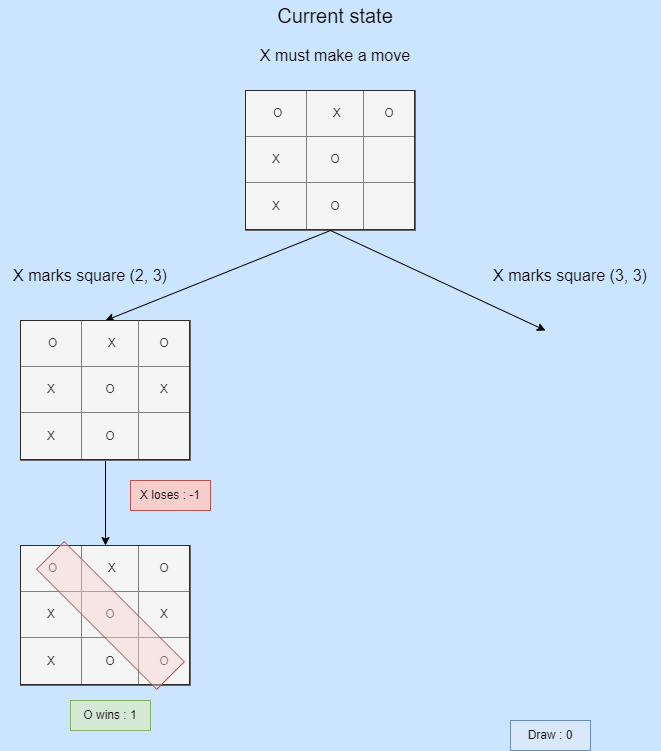
dimitarnn/PythonTicTacToe keeps this draw.io diagram as Doc/TicTacToe_algorithm_diagram_4.png. Above is the earlier version. Source tidied: cells renumbered, new cells last; positions are measured from the earlier drawing's top-left corner, leaving out a move shared by most shapes.
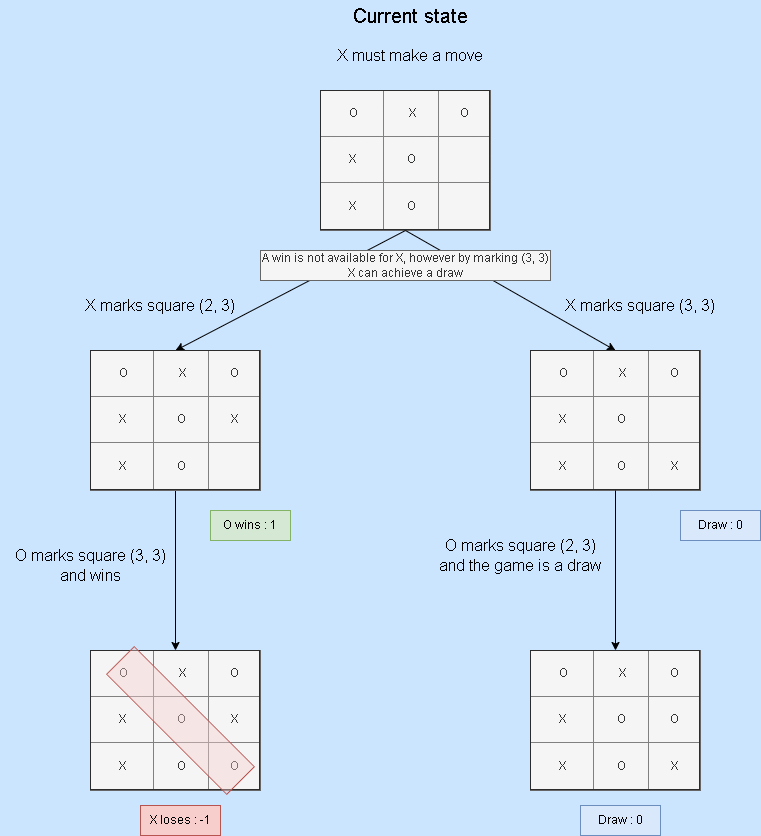
After the commit.

What changed in the source:
```diff
@@ -3,13 +3,13 @@
     <mxCell id="0" />
     <mxCell id="1" parent="0" />
     <mxCell id="2" value="Current state" style="text;html=1;strokeColor=none;fillColor=none;align=center;verticalAlign=middle;whiteSpace=wrap;rounded=0;fontSize=20;" parent="1" vertex="1">
-      <mxGeometry x="260" width="150" height="30" as="geometry" />
+      <mxGeometry x="265" y="-30" width="150" height="30" as="geometry" />
     </mxCell>
     <mxCell id="3" value="X must make a move" style="text;html=1;strokeColor=none;fillColor=none;align=center;verticalAlign=middle;whiteSpace=wrap;rounded=0;fontSize=16;" parent="1" vertex="1">
-      <mxGeometry x="245" y="40" width="180" height="30" as="geometry" />
+      <mxGeometry x="250" y="10" width="180" height="30" as="geometry" />
     </mxCell>
     <mxCell id="4" value="&lt;table border=&quot;1&quot; width=&quot;100%&quot; style=&quot;width: 100% ; height: 100% ; border-collapse: collapse&quot;&gt;&lt;tbody&gt;&lt;tr&gt;&lt;td align=&quot;center&quot;&gt;&amp;nbsp;O&lt;/td&gt;&lt;td align=&quot;center&quot;&gt;&amp;nbsp;X&lt;/td&gt;&lt;td align=&quot;center&quot;&gt;O&lt;/td&gt;&lt;/tr&gt;&lt;tr&gt;&lt;td align=&quot;center&quot;&gt;X&lt;/td&gt;&lt;td align=&quot;center&quot;&gt;O&lt;/td&gt;&lt;td align=&quot;center&quot;&gt;&lt;br&gt;&lt;/td&gt;&lt;/tr&gt;&lt;tr&gt;&lt;td align=&quot;center&quot;&gt;X&lt;/td&gt;&lt;td align=&quot;center&quot;&gt;O&lt;/td&gt;&lt;td align=&quot;center&quot;&gt;&lt;br&gt;&lt;/td&gt;&lt;/tr&gt;&lt;/tbody&gt;&lt;/table&gt;" style="text;html=1;overflow=fill;fillColor=#f5f5f5;fontColor=#333333;strokeColor=#666666;" parent="1" vertex="1">
-      <mxGeometry x="245" y="90" width="170" height="140" as="geometry" />
+      <mxGeometry x="250" y="60" width="170" height="140" as="geometry" />
     </mxCell>
     <mxCell id="5" style="endArrow=classic;html=1;rounded=0;exitX=0.5;exitY=1;exitDx=0;exitDy=0;entryX=0.5;entryY=0;entryDx=0;entryDy=0;" parent="1" edge="1" source="4" target="13">
       <mxGeometry relative="1" as="geometry" />
@@ -17,10 +17,8 @@
     <mxCell id="6" value="X marks square (2, 3)" style="text;html=1;strokeColor=none;fillColor=none;align=center;verticalAlign=middle;whiteSpace=wrap;rounded=0;fontSize=16;" parent="1" vertex="1">
       <mxGeometry y="260" width="180" height="30" as="geometry" />
     </mxCell>
-    <mxCell id="7" style="endArrow=classic;html=1;rounded=0;exitX=0.5;exitY=1;exitDx=0;exitDy=0;entryX=0.5;entryY=0;entryDx=0;entryDy=0;" parent="1" edge="1" source="4">
-      <mxGeometry relative="1" as="geometry">
-        <mxPoint x="545" y="330" as="targetPoint" />
-      </mxGeometry>
+    <mxCell id="7" style="endArrow=classic;html=1;rounded=0;exitX=0.5;exitY=1;exitDx=0;exitDy=0;entryX=0.5;entryY=0;entryDx=0;entryDy=0;" parent="1" edge="1" source="4" target="17">
+      <mxGeometry relative="1" as="geometry" />
     </mxCell>
     <mxCell id="8" value="X marks square (3, 3)" style="text;html=1;strokeColor=none;fillColor=none;align=center;verticalAlign=middle;whiteSpace=wrap;rounded=0;fontSize=16;" parent="1" vertex="1">
       <mxGeometry x="480" y="260" width="180" height="30" as="geometry" />
@@ -29,22 +27,43 @@
       <mxGeometry relative="1" as="geometry" />
     </mxCell>
     <mxCell id="10" value="X loses : -1" style="text;html=1;strokeColor=#b85450;fillColor=#f8cecc;align=center;verticalAlign=middle;whiteSpace=wrap;rounded=0;" parent="1" vertex="1">
-      <mxGeometry x="130" y="480" width="80" height="30" as="geometry" />
+      <mxGeometry x="70" y="775" width="80" height="30" as="geometry" />
     </mxCell>
     <mxCell id="11" value="O wins : 1" style="text;html=1;strokeColor=#82b366;fillColor=#d5e8d4;align=center;verticalAlign=middle;whiteSpace=wrap;rounded=0;" parent="1" vertex="1">
-      <mxGeometry x="70" y="700" width="80" height="30" as="geometry" />
+      <mxGeometry x="140" y="480" width="80" height="30" as="geometry" />
     </mxCell>
     <mxCell id="12" value="Draw : 0" style="text;html=1;strokeColor=#6c8ebf;fillColor=#dae8fc;align=center;verticalAlign=middle;whiteSpace=wrap;rounded=0;" parent="1" vertex="1">
-      <mxGeometry x="510" y="720" width="80" height="30" as="geometry" />
+      <mxGeometry x="510" y="775" width="80" height="30" as="geometry" />
     </mxCell>
     <mxCell id="13" value="&lt;table border=&quot;1&quot; width=&quot;100%&quot; style=&quot;width: 100% ; height: 100% ; border-collapse: collapse&quot;&gt;&lt;tbody&gt;&lt;tr&gt;&lt;td align=&quot;center&quot;&gt;&amp;nbsp;O&lt;/td&gt;&lt;td align=&quot;center&quot;&gt;&amp;nbsp;X&lt;/td&gt;&lt;td align=&quot;center&quot;&gt;O&lt;/td&gt;&lt;/tr&gt;&lt;tr&gt;&lt;td align=&quot;center&quot;&gt;X&lt;/td&gt;&lt;td align=&quot;center&quot;&gt;O&lt;/td&gt;&lt;td align=&quot;center&quot;&gt;X&lt;/td&gt;&lt;/tr&gt;&lt;tr&gt;&lt;td align=&quot;center&quot;&gt;X&lt;/td&gt;&lt;td align=&quot;center&quot;&gt;O&lt;/td&gt;&lt;td align=&quot;center&quot;&gt;&lt;br&gt;&lt;/td&gt;&lt;/tr&gt;&lt;/tbody&gt;&lt;/table&gt;" style="text;html=1;overflow=fill;fillColor=#f5f5f5;fontColor=#333333;strokeColor=#666666;" parent="1" vertex="1">
       <mxGeometry x="20" y="320" width="170" height="140" as="geometry" />
     </mxCell>
     <mxCell id="14" value="&lt;table border=&quot;1&quot; width=&quot;100%&quot; style=&quot;width: 100% ; height: 100% ; border-collapse: collapse&quot;&gt;&lt;tbody&gt;&lt;tr&gt;&lt;td align=&quot;center&quot;&gt;&amp;nbsp;O&lt;/td&gt;&lt;td align=&quot;center&quot;&gt;&amp;nbsp;X&lt;/td&gt;&lt;td align=&quot;center&quot;&gt;O&lt;/td&gt;&lt;/tr&gt;&lt;tr&gt;&lt;td align=&quot;center&quot;&gt;X&lt;/td&gt;&lt;td align=&quot;center&quot;&gt;O&lt;/td&gt;&lt;td align=&quot;center&quot;&gt;X&lt;/td&gt;&lt;/tr&gt;&lt;tr&gt;&lt;td align=&quot;center&quot;&gt;X&lt;/td&gt;&lt;td align=&quot;center&quot;&gt;O&lt;/td&gt;&lt;td align=&quot;center&quot;&gt;O&lt;/td&gt;&lt;/tr&gt;&lt;/tbody&gt;&lt;/table&gt;" style="text;html=1;overflow=fill;fillColor=#f5f5f5;fontColor=#333333;strokeColor=#666666;" parent="1" vertex="1">
-      <mxGeometry x="20" y="545" width="170" height="140" as="geometry" />
+      <mxGeometry x="20" y="620" width="170" height="140" as="geometry" />
     </mxCell>
     <mxCell id="15" style="rounded=0;whiteSpace=wrap;html=1;fillColor=#f8cecc;strokeColor=#b85450;gradientColor=none;shadow=0;glass=0;strokeOpacity=100;fillOpacity=40;direction=west;rotation=45;" parent="1" vertex="1">
-      <mxGeometry x="25" y="595.5" width="170" height="38.9" as="geometry" />
+      <mxGeometry x="25" y="670.5" width="170" height="38.9" as="geometry" />
     </mxCell>
+    <mxCell id="16" value="O marks square (3, 3)&lt;br&gt;and wins" style="text;html=1;strokeColor=none;fillColor=none;align=center;verticalAlign=middle;whiteSpace=wrap;rounded=0;fontSize=16;" parent="1" vertex="1">
+      <mxGeometry x="-70" y="520" width="180" height="30" as="geometry" />
+    </mxCell>
+    <mxCell id="17" value="&lt;table border=&quot;1&quot; width=&quot;100%&quot; style=&quot;width: 100% ; height: 100% ; border-collapse: collapse&quot;&gt;&lt;tbody&gt;&lt;tr&gt;&lt;td align=&quot;center&quot;&gt;&amp;nbsp;O&lt;/td&gt;&lt;td align=&quot;center&quot;&gt;&amp;nbsp;X&lt;/td&gt;&lt;td align=&quot;center&quot;&gt;O&lt;/td&gt;&lt;/tr&gt;&lt;tr&gt;&lt;td align=&quot;center&quot;&gt;X&lt;/td&gt;&lt;td align=&quot;center&quot;&gt;O&lt;/td&gt;&lt;td align=&quot;center&quot;&gt;&lt;br&gt;&lt;/td&gt;&lt;/tr&gt;&lt;tr&gt;&lt;td align=&quot;center&quot;&gt;X&lt;/td&gt;&lt;td align=&quot;center&quot;&gt;O&lt;/td&gt;&lt;td align=&quot;center&quot;&gt;X&lt;/td&gt;&lt;/tr&gt;&lt;/tbody&gt;&lt;/table&gt;" style="text;html=1;overflow=fill;fillColor=#f5f5f5;fontColor=#333333;strokeColor=#666666;" parent="1" vertex="1">
+      <mxGeometry x="460" y="320" width="170" height="140" as="geometry" />
+    </mxCell>
+    <mxCell id="18" value="&lt;table border=&quot;1&quot; width=&quot;100%&quot; style=&quot;width: 100% ; height: 100% ; border-collapse: collapse&quot;&gt;&lt;tbody&gt;&lt;tr&gt;&lt;td align=&quot;center&quot;&gt;&amp;nbsp;O&lt;/td&gt;&lt;td align=&quot;center&quot;&gt;&amp;nbsp;X&lt;/td&gt;&lt;td align=&quot;center&quot;&gt;O&lt;/td&gt;&lt;/tr&gt;&lt;tr&gt;&lt;td align=&quot;center&quot;&gt;X&lt;/td&gt;&lt;td align=&quot;center&quot;&gt;O&lt;/td&gt;&lt;td align=&quot;center&quot;&gt;O&lt;/td&gt;&lt;/tr&gt;&lt;tr&gt;&lt;td align=&quot;center&quot;&gt;X&lt;/td&gt;&lt;td align=&quot;center&quot;&gt;O&lt;/td&gt;&lt;td align=&quot;center&quot;&gt;X&lt;/td&gt;&lt;/tr&gt;&lt;/tbody&gt;&lt;/table&gt;" style="text;html=1;overflow=fill;fillColor=#f5f5f5;fontColor=#333333;strokeColor=#666666;" parent="1" vertex="1">
+      <mxGeometry x="460" y="620" width="170" height="140" as="geometry" />
+    </mxCell>
+    <mxCell id="19" style="endArrow=classic;html=1;rounded=0;exitX=0.5;exitY=1;exitDx=0;exitDy=0;entryX=0.5;entryY=0;entryDx=0;entryDy=0;" parent="1" edge="1" source="17" target="18">
+      <mxGeometry relative="1" as="geometry" />
+    </mxCell>
+    <mxCell id="20" value="O marks square (2, 3)&lt;br&gt;and the game is a draw" style="text;html=1;strokeColor=none;fillColor=none;align=center;verticalAlign=middle;whiteSpace=wrap;rounded=0;fontSize=16;" parent="1" vertex="1">
+      <mxGeometry x="350" y="510" width="200" height="30" as="geometry" />
+    </mxCell>
+    <mxCell id="21" value="Draw : 0" style="text;html=1;strokeColor=#6c8ebf;fillColor=#dae8fc;align=center;verticalAlign=middle;whiteSpace=wrap;rounded=0;" parent="1" vertex="1">
+      <mxGeometry x="610" y="480" width="80" height="30" as="geometry" />
+    </mxCell>
+    <mxCell id="22" value="A win is not available for X, however by marking (3, 3) X can achieve a draw" style="text;html=1;strokeColor=#666666;fillColor=#f5f5f5;align=center;verticalAlign=middle;whiteSpace=wrap;rounded=0;fontColor=#333333;" parent="1" vertex="1">
+      <mxGeometry x="190" y="220" width="290" height="30" as="geometry" />
+    </mxCell>
   </root>
 </mxGraphModel>
```
